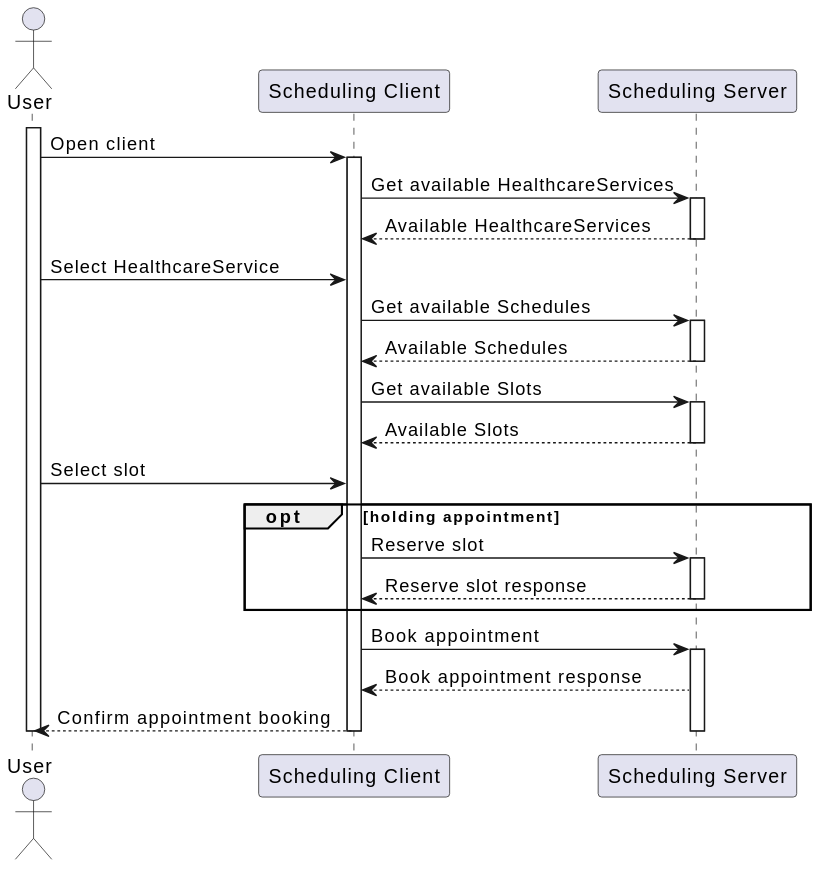
This is r5-TC-FHIR-AG-Scheduling-R5-94-8---namen-der-interactions-wiederfinden/scenarios/sequence-simple.svg from HL7Austria/hl7austria.github.io, a PlantUML export, as it was before one commit.
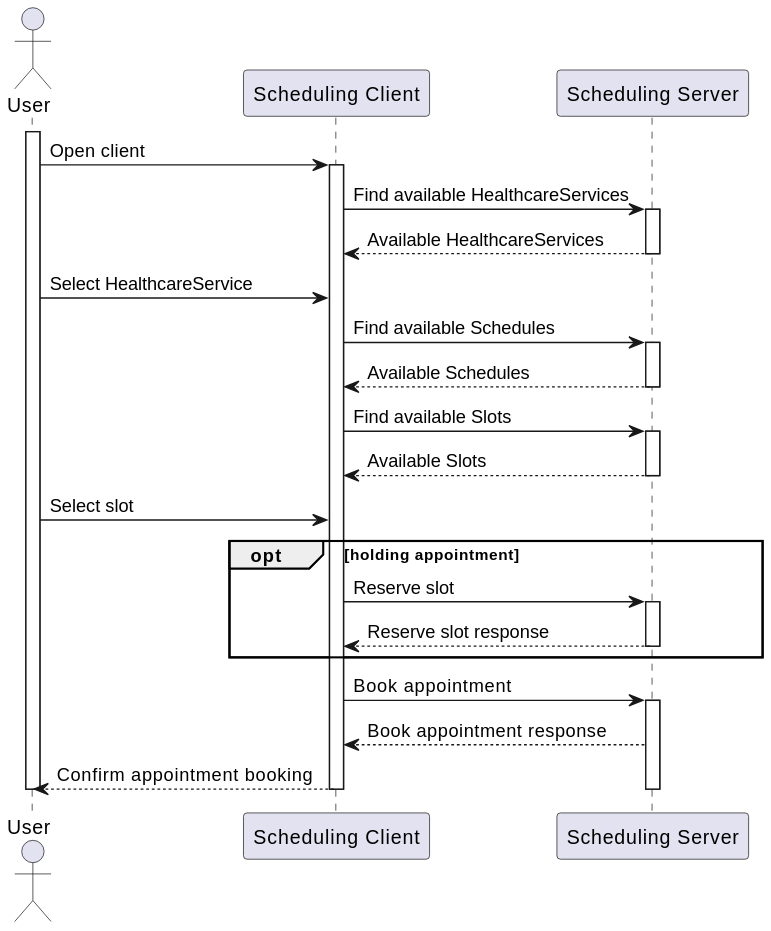
After the commit.

Change to the diagram source:
```diff
@@ -6,16 +6,16 @@
 activate user
 user -> client: Open client
 activate client
-client -> server: Get available HealthcareServices
+client -> server: Find available HealthcareServices
 activate server
 server ---> client: Available HealthcareServices
 deactivate server
 user -> client: Select HealthcareService
-client -> server: Get available Schedules
+client -> server: Find available Schedules
 activate server
 server ---> client: Available Schedules
 deactivate server
-client-> server: Get available Slots
+client-> server: Find available Slots
 activate server
 server ---> client: Available Slots
 deactivate server
```
